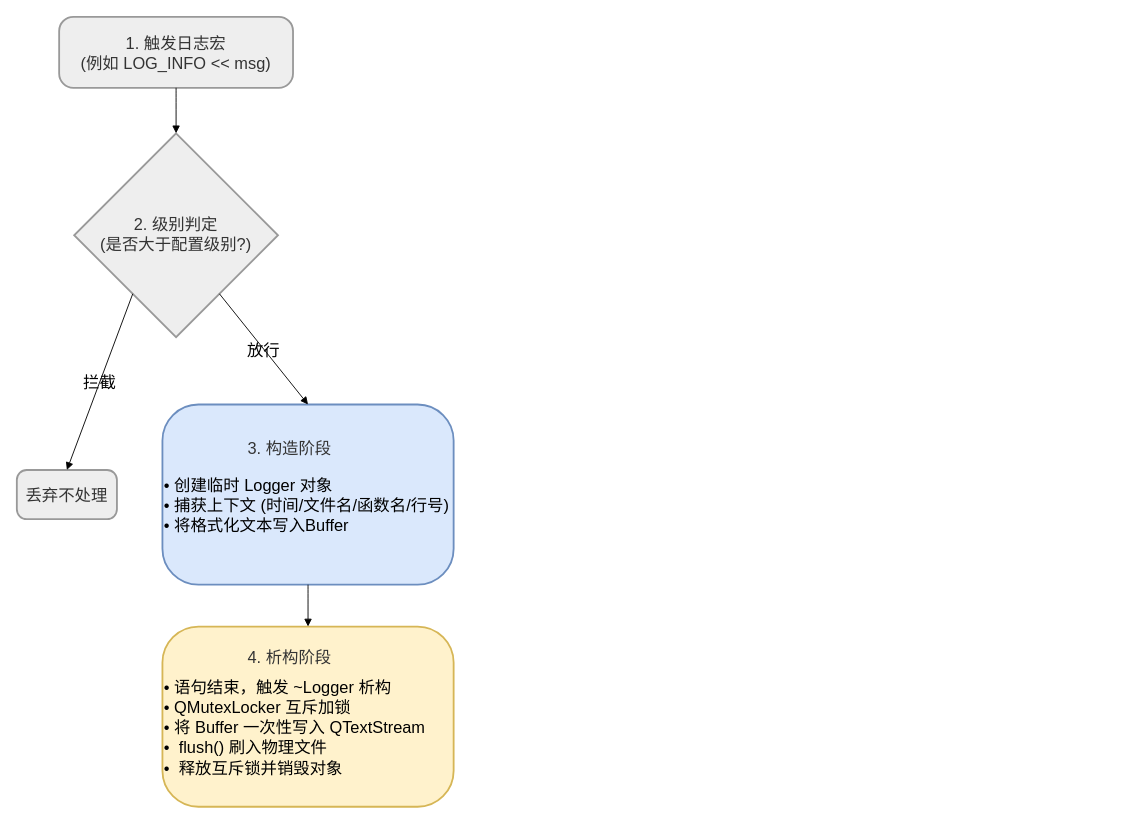
crazyBeliever-He/Mermaid- keeps this draw.io diagram as page "第 2 页" (2 of 6) of dialog工厂.drawio. Above is the earlier version. Source tidied: cells renumbered, new cells numbered last; positions are measured from the earlier drawing's top-left corner, leaving out a move shared by most shapes. Both pictures are drawn from the tidied source at 91%, with x=0, y=0 at pixel (16, 16).
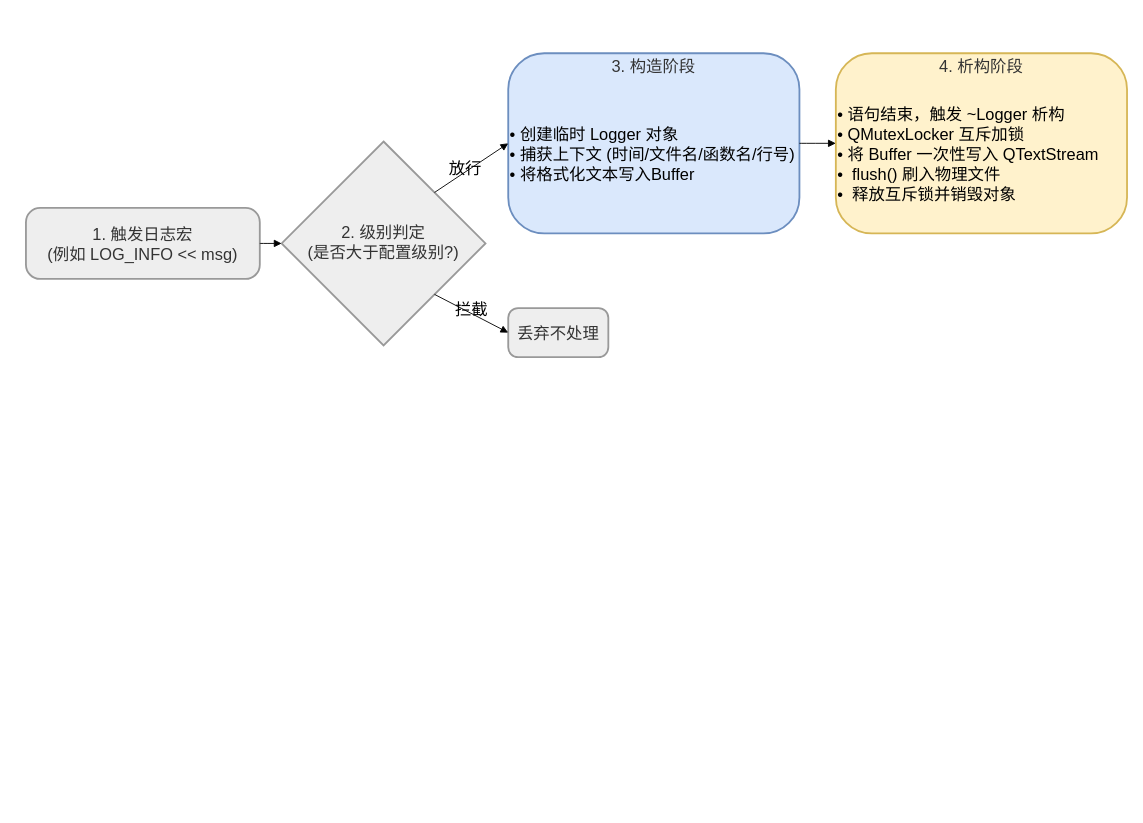
The same page after the edit.

What changed in the source:
```diff
@@
 <mxGraphModel>
   <root>
     <mxCell id="0" />
     <mxCell id="1" parent="0" />
     <mxCell id="2" value="1. 触发日志宏&#10;(例如 LOG_INFO &lt;&lt; msg)" style="rounded=1;arcSize=20;strokeWidth=2;fillColor=light-dark(#eeeeee,#1f2020);strokeColor=light-dark(#999999,#cccccc);fontColor=light-dark(#333333,#cccccc);fontSize=18;" parent="1" vertex="1">
-      <mxGeometry x="46.5" width="257" height="78" as="geometry" />
+      <mxGeometry x="10" y="210" width="257" height="78" as="geometry" />
     </mxCell>
     <mxCell id="3" value="2. 级别判定&#10;(是否大于配置级别?)" style="rhombus;strokeWidth=2;whiteSpace=wrap;fillColor=light-dark(#eeeeee,#1f2020);strokeColor=light-dark(#999999,#cccccc);fontColor=light-dark(#333333,#cccccc);fontSize=18;" parent="1" vertex="1">
-      <mxGeometry x="63" y="128" width="224" height="224" as="geometry" />
+      <mxGeometry x="291" y="137" width="224" height="224" as="geometry" />
     </mxCell>
     <mxCell id="4" value="丢弃不处理" style="rounded=1;arcSize=20;strokeWidth=2;fillColor=light-dark(#eeeeee,#1f2020);strokeColor=light-dark(#999999,#cccccc);fontColor=light-dark(#333333,#cccccc);fontSize=18;" parent="1" vertex="1">
-      <mxGeometry y="498" width="110" height="54" as="geometry" />
+      <mxGeometry x="540" y="320" width="110" height="54" as="geometry" />
     </mxCell>
     <mxCell id="5" value="&#10;• 创建临时 Logger 对象&#10;• 捕获上下文 (时间/文件名/函数名/行号)&#10;• 将格式化文本写入Buffer" style="rounded=1;arcSize=20;strokeWidth=2;fillColor=#dae8fc;strokeColor=#6c8ebf;fontSize=18;align=left;" parent="1" vertex="1">
-      <mxGeometry x="160" y="426" width="320" height="198" as="geometry" />
+      <mxGeometry x="540" y="40" width="320" height="198" as="geometry" />
     </mxCell>
     <mxCell id="6" value="&#10;• 语句结束，触发 ~Logger 析构&#10;• QMutexLocker 互斥加锁&#10;• 将 Buffer 一次性写入 QTextStream&#10;•  flush() 刷入物理文件&#10;•  释放互斥锁并销毁对象" style="rounded=1;arcSize=20;strokeWidth=2;fillColor=#fff2cc;strokeColor=#d6b656;fontSize=18;align=left;" parent="1" vertex="1">
-      <mxGeometry x="160" y="670" width="320" height="198" as="geometry" />
+      <mxGeometry x="900" y="40" width="320" height="198" as="geometry" />
     </mxCell>
-    <mxCell id="7" style="curved=1;startArrow=none;endArrow=block;exitX=0.5;exitY=1;entryX=0.5;entryY=0;rounded=0;" parent="1" edge="1" source="2" target="3">
+    <mxCell id="7" style="curved=1;startArrow=none;endArrow=block;exitX=1;exitY=0.5;entryX=0;entryY=0.5;rounded=0;exitDx=0;exitDy=0;entryDx=0;entryDy=0;" parent="1" edge="1" source="2" target="3">
       <mxGeometry relative="1" as="geometry" />
     </mxCell>
-    <mxCell id="8" value="拦截" style="startArrow=none;endArrow=block;exitX=0.13;exitY=1;entryX=0.5;entryY=-0.01;rounded=0;fontSize=18;labelBackgroundColor=none;" parent="1" edge="1" source="3" target="4">
-      <mxGeometry relative="1" as="geometry" />
+    <mxCell id="8" value="拦截" style="startArrow=none;endArrow=block;entryX=0;entryY=0.5;rounded=0;fontSize=18;labelBackgroundColor=none;entryDx=0;entryDy=0;exitX=1;exitY=1;exitDx=0;exitDy=0;" parent="1" edge="1" source="3" target="4">
+      <mxGeometry x="-0.05" y="6" relative="1" as="geometry">
+        <mxPoint y="1" as="offset" />
+      </mxGeometry>
     </mxCell>
-    <mxCell id="9" value="放行" style="startArrow=none;endArrow=block;exitX=0.87;exitY=1;entryX=0.5;entryY=0;rounded=0;fontSize=18;labelBackgroundColor=none;" parent="1" edge="1" source="3" target="5">
-      <mxGeometry relative="1" as="geometry" />
+    <mxCell id="9" value="放行" style="startArrow=none;endArrow=block;exitX=1;exitY=0;entryX=0;entryY=0.5;rounded=0;fontSize=18;labelBackgroundColor=none;exitDx=0;exitDy=0;entryDx=0;entryDy=0;" parent="1" edge="1" source="3" target="5">
+      <mxGeometry x="-0.11" y="3" relative="1" as="geometry">
+        <mxPoint y="-1" as="offset" />
+      </mxGeometry>
     </mxCell>
-    <mxCell id="10" style="curved=1;startArrow=none;endArrow=block;exitX=0.5;exitY=1;entryX=0.5;entryY=0;rounded=0;" parent="1" edge="1" source="5" target="6">
+    <mxCell id="10" style="curved=1;startArrow=none;endArrow=block;exitX=1;exitY=0.5;entryX=0;entryY=0.5;rounded=0;exitDx=0;exitDy=0;entryDx=0;entryDy=0;" parent="1" edge="1" source="5" target="6">
       <mxGeometry relative="1" as="geometry" />
     </mxCell>
     <mxCell id="11" value="&lt;span style=&quot;color: rgb(51, 51, 51); text-align: left; white-space: nowrap;&quot;&gt;4. 析构阶段&lt;/span&gt;" style="text;html=1;whiteSpace=wrap;strokeColor=none;fillColor=none;align=center;verticalAlign=middle;rounded=0;fontSize=18;" parent="1" vertex="1">
-      <mxGeometry x="215" y="690" width="170" height="30" as="geometry" />
+      <mxGeometry x="975" y="40" width="170" height="30" as="geometry" />
     </mxCell>
     <mxCell id="12" value="&lt;span style=&quot;color: rgb(51, 51, 51); white-space: nowrap;&quot;&gt;3. 构造阶段&lt;/span&gt;" style="text;html=1;whiteSpace=wrap;strokeColor=none;fillColor=none;align=center;verticalAlign=middle;rounded=0;fontSize=18;strokeWidth=0;" parent="1" vertex="1">
-      <mxGeometry x="205" y="460" width="190" height="30" as="geometry" />
+      <mxGeometry x="605" y="40" width="190" height="30" as="geometry" />
     </mxCell>
   </root>
 </mxGraphModel>
```
